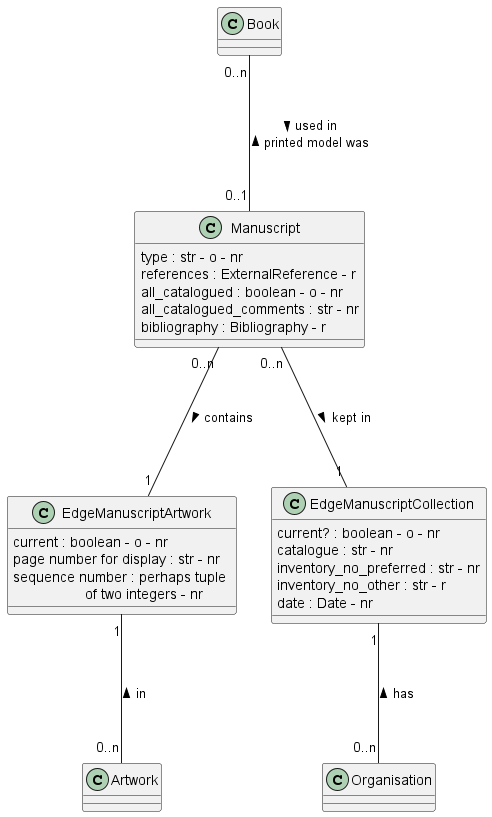
This is documentation/class_diagrams/Manuscript.png from tmasch/bpf_be, a PlantUML export, as it was before one commit. Its diagram source:
```plantuml
@startuml
class Manuscript
Manuscript : type : str - o - nr
Manuscript : references : ExternalReference - r
Manuscript : all_catalogued : boolean - o - nr
Manuscript : all_catalogued_comments : str - nr
Manuscript : bibliography : Bibliography - r


class EdgeManuscriptArtwork
EdgeManuscriptArtwork : current : boolean - o - nr
EdgeManuscriptArtwork : page number for display : str - nr
EdgeManuscriptArtwork : sequence number : perhaps tuple \n                  of two integers - nr

class Artwork

class Book

class EdgeManuscriptCollection
EdgeManuscriptCollection : current? : boolean - o - nr
EdgeManuscriptCollection : catalogue : str - nr
EdgeManuscriptCollection : inventory_no_preferred : str - nr
EdgeManuscriptCollection : inventory_no_other : str - r
EdgeManuscriptCollection : date : Date - nr

class Organisation

Book "0..n" --- "0..1" Manuscript : > used in  \n printed model was <

Manuscript "0..n" --- "1" EdgeManuscriptArtwork : contains >

EdgeManuscriptArtwork "1" --- "0..n" Artwork : in <

Manuscript "0..n" --- "1" EdgeManuscriptCollection : kept in >

EdgeManuscriptCollection "1" --- "0..n" Organisation : has <

@enduml
```
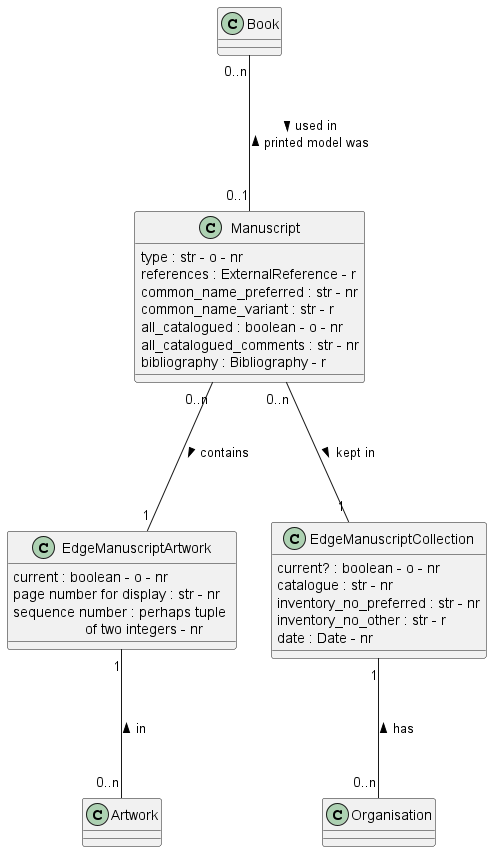
After the change.

Commit message:
Minor addition to class Manuscript

Diff of the diagram source:
```diff
@@ -2,6 +2,8 @@
 class Manuscript
 Manuscript : type : str - o - nr
 Manuscript : references : ExternalReference - r
+Manuscript : common_name_preferred : str - nr
+Manuscript : common_name_variant : str - r
 Manuscript : all_catalogued : boolean - o - nr
 Manuscript : all_catalogued_comments : str - nr
 Manuscript : bibliography : Bibliography - r
```
